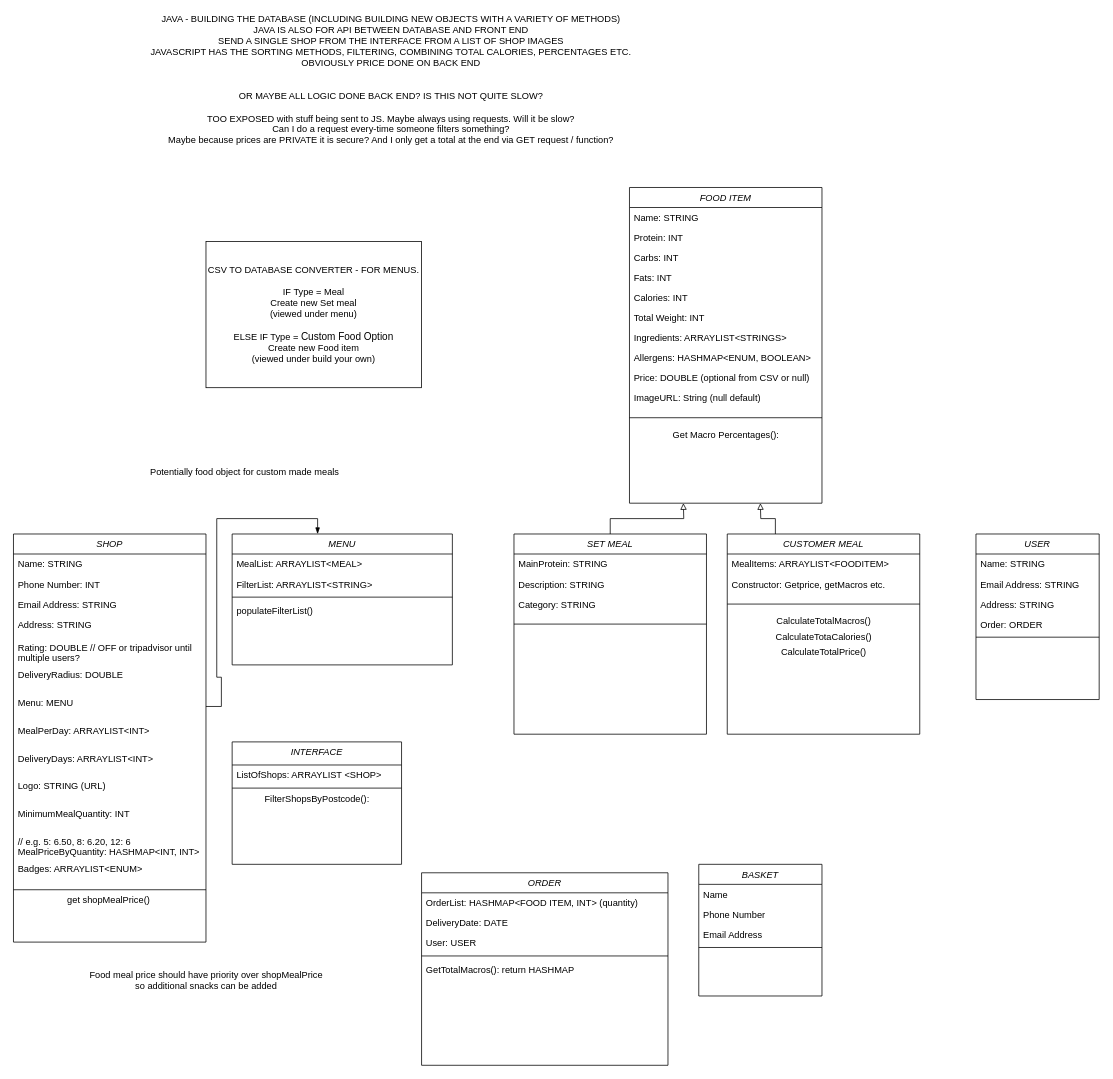
This is objects.drawio from dcallus/prep_app, a draw.io file, before an edit. Source tidied: cells renumbered, new cells numbered last; positions are measured from the earlier drawing's top-left corner, leaving out a move shared by most shapes. Both pictures are drawn from the tidied source at 77%, with x=0, y=0 at pixel (13, 14).
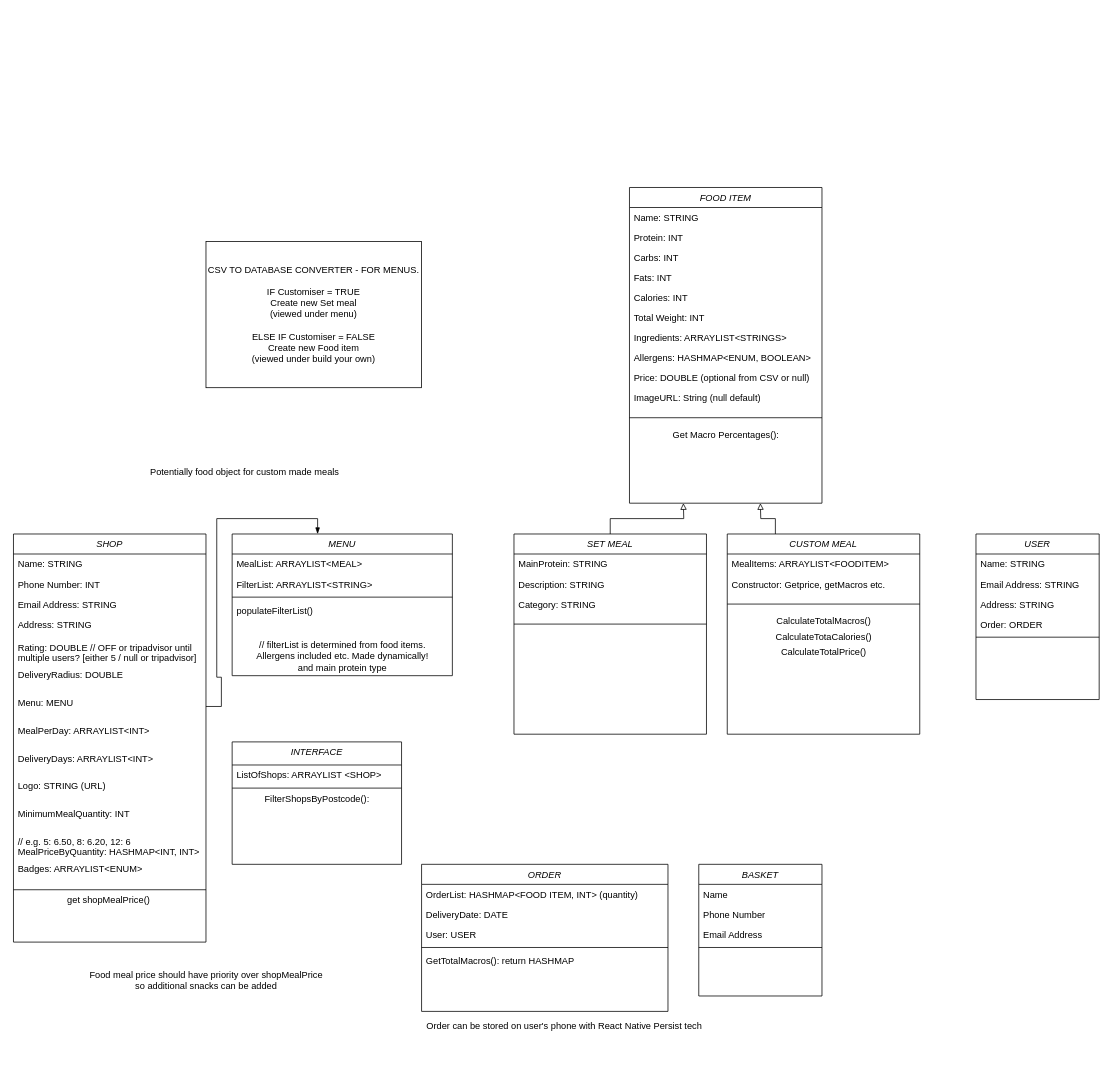
The same page after the edit.

Unchanged cells that the change refers to:
```xml
<mxCell id="2" value="SHOP" style="swimlane;fontStyle=2;align=center;verticalAlign=top;horizontal=1;startSize=26;rounded=0;shadow=0;strokeWidth=1;" parent="1" vertex="1">
  <mxGeometry y="675" width="250" height="530" as="geometry" />
</mxCell>
```

Change to the diagram source:
```diff
@@
-    <mxCell id="7" value="Rating: DOUBLE // OFF or tripadvisor until &#10;multiple users?" style="text;align=left;verticalAlign=top;spacingLeft=4;spacingRight=4;overflow=hidden;rounded=0;shadow=0;html=0;" parent="2" vertex="1">
+    <mxCell id="7" value="Rating: DOUBLE // OFF or tripadvisor until &#10;multiple users? [either 5 / null or tripadvisor]" style="text;align=left;verticalAlign=top;spacingLeft=4;spacingRight=4;overflow=hidden;rounded=0;shadow=0;html=0;" parent="2" vertex="1">
       <mxGeometry y="134" width="250" height="36" as="geometry" />
     </mxCell>
@@
     <mxCell id="29" value="ORDER" style="swimlane;fontStyle=2;align=center;verticalAlign=top;horizontal=1;startSize=26;rounded=0;shadow=0;strokeWidth=1;" parent="1" vertex="1">
-      <mxGeometry x="530" y="1115" width="320" height="250" as="geometry" />
+      <mxGeometry x="530" y="1104" width="320" height="191" as="geometry" />
     </mxCell>
@@
     <mxCell id="42" value="MENU" style="swimlane;fontStyle=2;align=center;verticalAlign=top;horizontal=1;startSize=26;rounded=0;shadow=0;strokeWidth=1;" parent="1" vertex="1">
-      <mxGeometry x="284" y="675" width="286" height="170" as="geometry" />
+      <mxGeometry x="284" y="675" width="286" height="184" as="geometry" />
     </mxCell>
@@
+    <mxCell id="76" value="// filterList is determined from food items. &lt;br&gt;Allergens included etc. Made dynamically!&lt;br&gt;and main protein type" style="text;html=1;align=center;verticalAlign=middle;strokeColor=none;" parent="42" vertex="1">
+      <mxGeometry y="134" width="286" height="50" as="geometry" />
+    </mxCell>
@@
-    <mxCell id="52" value="CUSTOMER MEAL" style="swimlane;fontStyle=2;align=center;verticalAlign=top;horizontal=1;startSize=26;rounded=0;shadow=0;strokeWidth=1;" parent="1" vertex="1">
+    <mxCell id="52" value="CUSTOM MEAL" style="swimlane;fontStyle=2;align=center;verticalAlign=top;horizontal=1;startSize=26;rounded=0;shadow=0;strokeWidth=1;" parent="1" vertex="1">
       <mxGeometry x="927" y="675" width="250" height="260" as="geometry" />
     </mxCell>
@@
-    <mxCell id="72" value="CSV TO DATABASE CONVERTER - FOR MENUS.&lt;br&gt;&lt;br&gt;IF Type = Meal&lt;br&gt;Create new Set meal&lt;br&gt;(viewed under menu)&lt;br&gt;&lt;br&gt;ELSE IF Type =&amp;nbsp;&lt;span style=&quot;font-family: &amp;#34;arial&amp;#34; ; font-size: 13px ; text-align: left ; background-color: rgb(255 , 255 , 255)&quot;&gt;Custom Food Option&lt;br&gt;&lt;/span&gt;Create new Food item&lt;br&gt;(viewed under build your own)" style="rounded=0;whiteSpace=wrap;html=1;" parent="1" vertex="1">
+    <mxCell id="72" value="CSV TO DATABASE CONVERTER - FOR MENUS.&lt;br&gt;&lt;br&gt;IF Customiser = TRUE&lt;br&gt;Create new Set meal&lt;br&gt;(viewed under menu)&lt;br&gt;&lt;br&gt;ELSE IF Customiser = FALSE&lt;span style=&quot;font-family: &amp;#34;arial&amp;#34; ; font-size: 13px ; text-align: left ; background-color: rgb(255 , 255 , 255)&quot;&gt;&lt;br&gt;&lt;/span&gt;Create new Food item&lt;br&gt;(viewed under build your own)" style="rounded=0;whiteSpace=wrap;html=1;" parent="1" vertex="1">
       <mxGeometry x="250" y="295" width="280" height="190" as="geometry" />
     </mxCell>
@@
-    <mxCell id="74" value="JAVA - BUILDING THE DATABASE (INCLUDING BUILDING NEW OBJECTS WITH A VARIETY OF METHODS)&lt;br&gt;JAVA IS ALSO FOR API BETWEEN DATABASE AND FRONT END&lt;br&gt;SEND A SINGLE SHOP FROM THE INTERFACE FROM A LIST OF SHOP IMAGES&lt;br&gt;JAVASCRIPT HAS THE SORTING METHODS, FILTERING, COMBINING TOTAL CALORIES, PERCENTAGES ETC.&lt;br&gt;OBVIOUSLY PRICE DONE ON BACK END&lt;br&gt;&lt;br&gt;&lt;br&gt;OR MAYBE ALL LOGIC DONE BACK END? IS THIS NOT QUITE SLOW?&lt;br&gt;&lt;br&gt;TOO EXPOSED with stuff being sent to JS. Maybe always using requests. Will it be slow?&lt;br&gt;Can I do a request every-time someone filters something?&lt;br&gt;Maybe because prices are PRIVATE it is secure? And I only get a total at the end via GET request / function?" style="text;html=1;align=center;verticalAlign=middle;strokeColor=none;" parent="1" vertex="1">
-      <mxGeometry x="170" width="640" height="170" as="geometry" />
-    </mxCell>
@@
+    <mxCell id="77" value="Order can be stored on user's phone with React Native Persist tech" style="text;html=1;align=center;verticalAlign=middle;strokeColor=none;" parent="1" vertex="1">
+      <mxGeometry x="530" y="1305" width="370" height="20" as="geometry" />
+    </mxCell>
```
